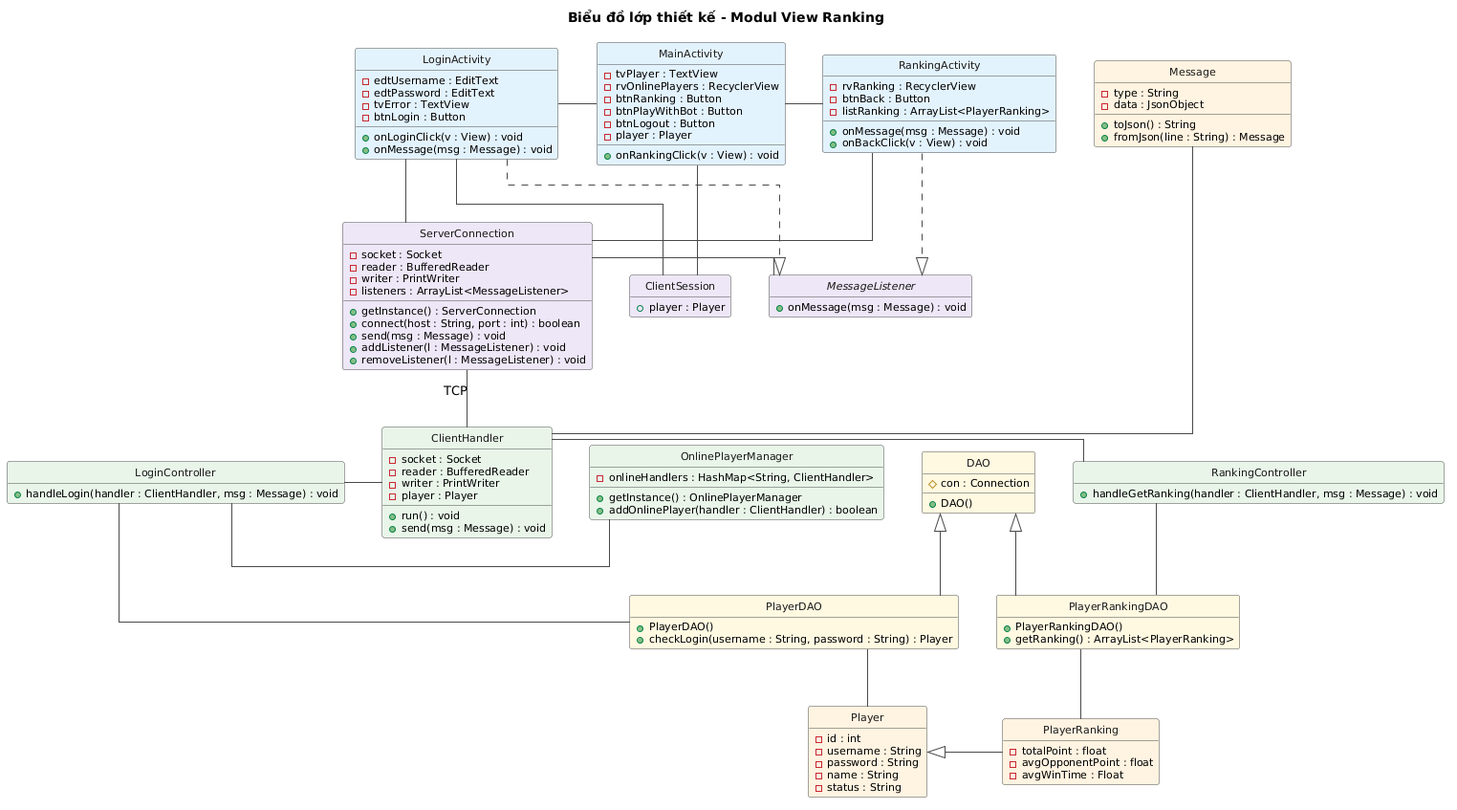
Earlier version of the PlantUML export docs/uml/pha3/class-design-m1.png (VattenL/mobile-pikachu).
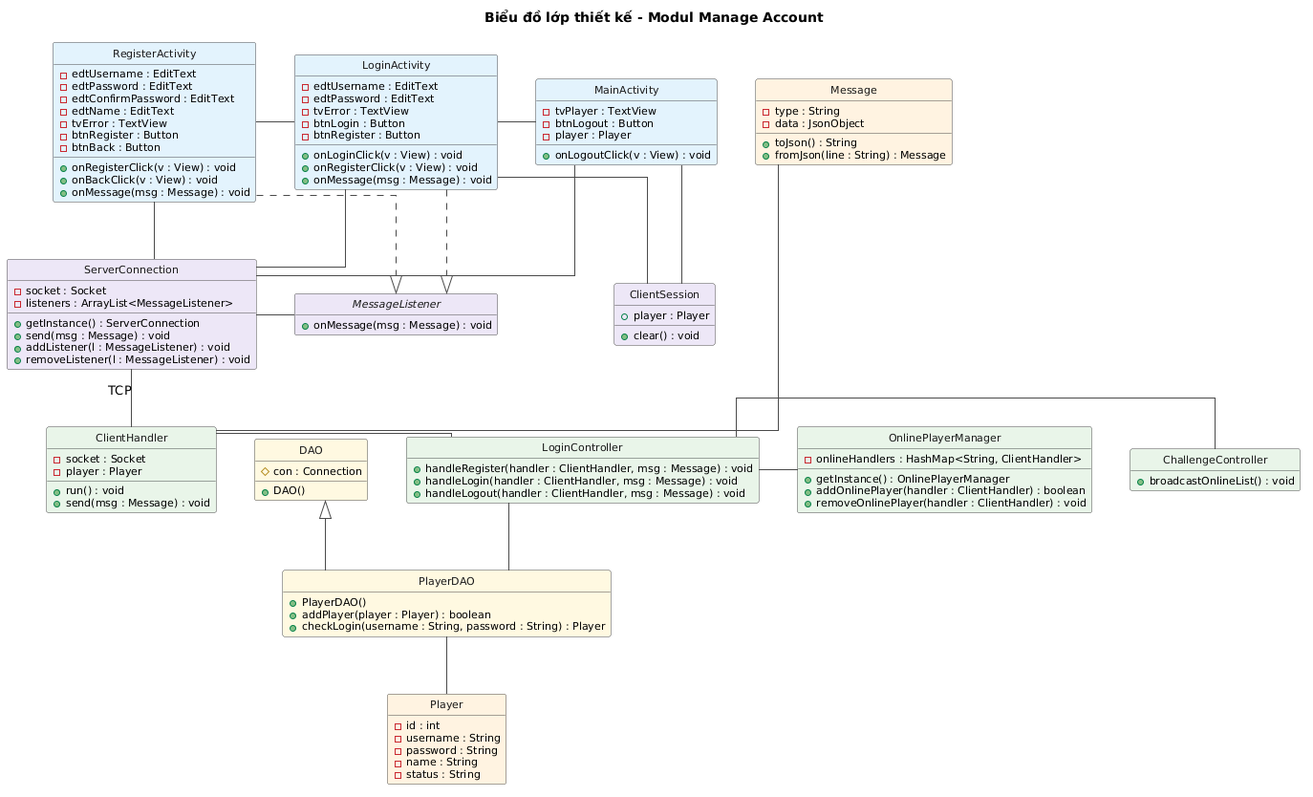
The same file after the commit.

What changed in the source:
```diff
@@ -1,5 +1,5 @@
 @startuml
-title Biểu đồ lớp thiết kế - Modul View Ranking
+title Biểu đồ lớp thiết kế - Modul Manage Account
 
 hide circle
 hide empty members
@@ -15,40 +15,41 @@
   FontColor #1A1A1A
 }
 
+class RegisterActivity #E3F2FD {
+  - edtUsername : EditText
+  - edtPassword : EditText
+  - edtConfirmPassword : EditText
+  - edtName : EditText
+  - tvError : TextView
+  - btnRegister : Button
+  - btnBack : Button
+  + onRegisterClick(v : View) : void
+  + onBackClick(v : View) : void
+  + onMessage(msg : Message) : void
+}
+
 class LoginActivity #E3F2FD {
   - edtUsername : EditText
   - edtPassword : EditText
   - tvError : TextView
   - btnLogin : Button
+  - btnRegister : Button
   + onLoginClick(v : View) : void
+  + onRegisterClick(v : View) : void
   + onMessage(msg : Message) : void
 }
 
 class MainActivity #E3F2FD {
   - tvPlayer : TextView
-  - rvOnlinePlayers : RecyclerView
-  - btnRanking : Button
-  - btnPlayWithBot : Button
   - btnLogout : Button
   - player : Player
-  + onRankingClick(v : View) : void
-}
-
-class RankingActivity #E3F2FD {
-  - rvRanking : RecyclerView
-  - btnBack : Button
-  - listRanking : ArrayList<PlayerRanking>
-  + onMessage(msg : Message) : void
-  + onBackClick(v : View) : void
+  + onLogoutClick(v : View) : void
 }
 
 class ServerConnection #EDE7F6 {
   - socket : Socket
-  - reader : BufferedReader
-  - writer : PrintWriter
   - listeners : ArrayList<MessageListener>
   + getInstance() : ServerConnection
-  + connect(host : String, port : int) : boolean
   + send(msg : Message) : void
   + addListener(l : MessageListener) : void
   + removeListener(l : MessageListener) : void
@@ -60,29 +61,31 @@
 
 class ClientSession #EDE7F6 {
   + player : Player
+  + clear() : void
 }
 
 class ClientHandler #E8F5E9 {
   - socket : Socket
-  - reader : BufferedReader
-  - writer : PrintWriter
   - player : Player
   + run() : void
   + send(msg : Message) : void
 }
 
 class LoginController #E8F5E9 {
+  + handleRegister(handler : ClientHandler, msg : Message) : void
   + handleLogin(handler : ClientHandler, msg : Message) : void
-}
-
-class RankingController #E8F5E9 {
-  + handleGetRanking(handler : ClientHandler, msg : Message) : void
+  + handleLogout(handler : ClientHandler, msg : Message) : void
 }
 
 class OnlinePlayerManager #E8F5E9 {
   - onlineHandlers : HashMap<String, ClientHandler>
   + getInstance() : OnlinePlayerManager
   + addOnlinePlayer(handler : ClientHandler) : boolean
+  + removeOnlinePlayer(handler : ClientHandler) : void
+}
+
+class ChallengeController #E8F5E9 {
+  + broadcastOnlineList() : void
 }
 
 class DAO #FFF8E1 {
@@ -92,12 +95,8 @@
 
 class PlayerDAO #FFF8E1 {
   + PlayerDAO()
+  + addPlayer(player : Player) : boolean
   + checkLogin(username : String, password : String) : Player
-}
-
-class PlayerRankingDAO #FFF8E1 {
-  + PlayerRankingDAO()
-  + getRanking() : ArrayList<PlayerRanking>
 }
 
 class Message #FFF3E0 {
@@ -115,36 +114,26 @@
   - status : String
 }
 
-class PlayerRanking #FFF3E0 {
-  - totalPoint : float
-  - avgOpponentPoint : float
-  - avgWinTime : Float
-}
+RegisterActivity -right- LoginActivity
+LoginActivity -right- MainActivity
+RegisterActivity ..|> MessageListener
+LoginActivity ..|> MessageListener
 
-LoginActivity -right- MainActivity
-MainActivity -right- RankingActivity
-LoginActivity ..|> MessageListener
-RankingActivity ..|> MessageListener
-
+RegisterActivity -down- ServerConnection
 LoginActivity -down- ServerConnection
-RankingActivity -down- ServerConnection
+MainActivity -down- ServerConnection
 LoginActivity -down- ClientSession
 MainActivity -down- ClientSession
 ServerConnection -right- MessageListener
-ServerConnection -[hidden]right- ClientSession
 
 ServerConnection -down- ClientHandler : TCP
 ClientHandler -right- LoginController
-ClientHandler -right- RankingController
 LoginController -right- OnlinePlayerManager
+LoginController -right- ChallengeController
 
 LoginController -down- PlayerDAO
-RankingController -down- PlayerRankingDAO
 DAO <|-down- PlayerDAO
-DAO <|-down- PlayerRankingDAO
 
 PlayerDAO -down- Player
-PlayerRankingDAO -down- PlayerRanking
-PlayerRanking -left-|> Player
 ClientHandler -[norank]- Message
 @enduml
```
